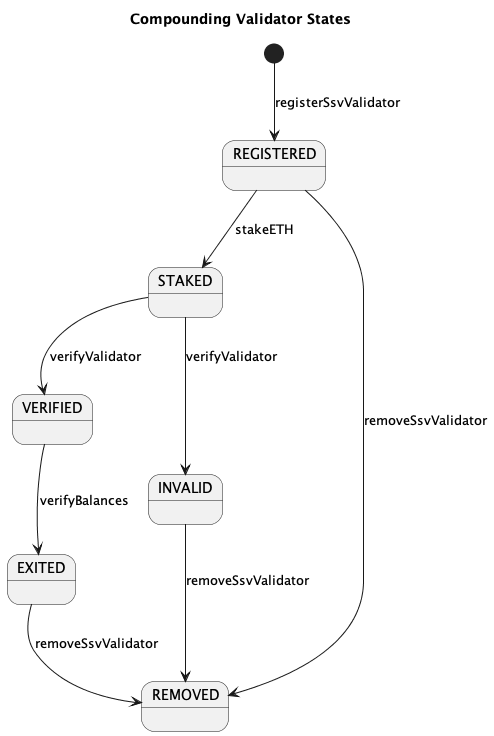
This is contracts/docs/plantuml/stakingValidatorStates.png from OriginProtocol/origin-dollar, a PlantUML export, as it was before one commit. Its diagram source:
```plantuml
@startuml

title Compounding Validator States

[*] --> REGISTERED : registerSsvValidator

REGISTERED --> STAKED : stakeETH

STAKED --> VERIFIED : verifyValidator
STAKED --> INVALID : verifyValidator

VERIFIED --> EXITED : verifyBalances

REGISTERED --> REMOVED : removeSsvValidator
INVALID --> REMOVED : removeSsvValidator
EXITED --> REMOVED : removeSsvValidator



@enduml
```
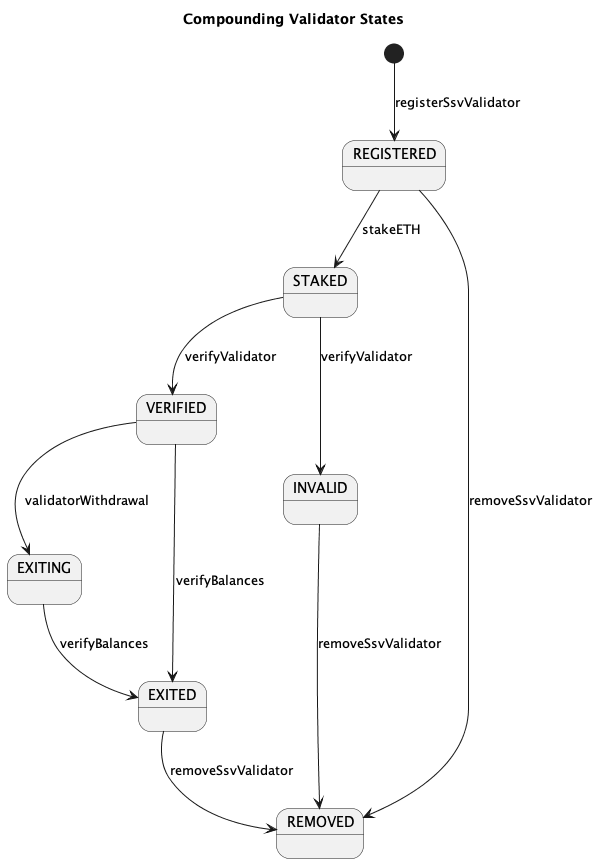
The same file after the commit.

Commit message:
Added EXITING validator state to help prevent deposits to exiting validators

Diff of the diagram source:
```diff
@@ -9,7 +9,9 @@
 STAKED --> VERIFIED : verifyValidator
 STAKED --> INVALID : verifyValidator
 
+VERIFIED --> EXITING : validatorWithdrawal
 VERIFIED --> EXITED : verifyBalances
+EXITING --> EXITED : verifyBalances
 
 REGISTERED --> REMOVED : removeSsvValidator
 INVALID --> REMOVED : removeSsvValidator
```
